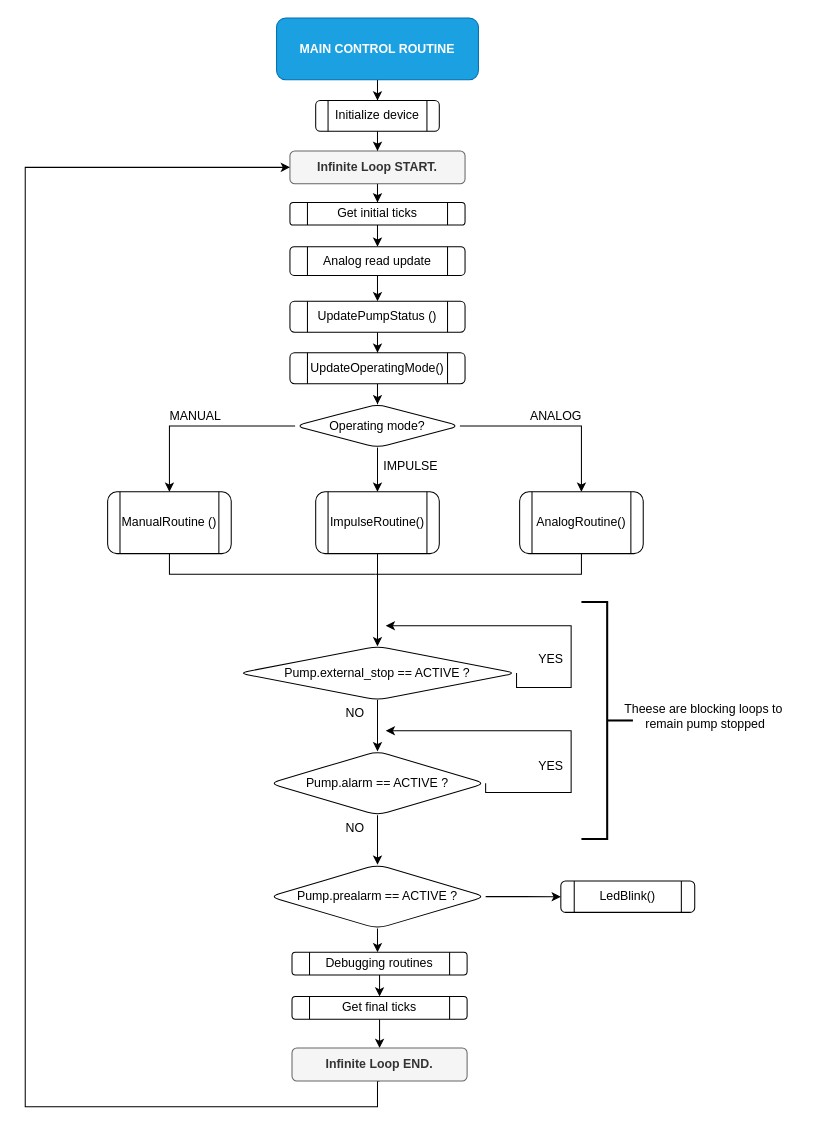
Before: SolenoidPump.drawio in xZurdo/Flowcharts, a draw.io diagram. Source tidied: cells renumbered, new cells numbered last; positions are measured from the earlier drawing's top-left corner, leaving out a move shared by most shapes. Both pictures are drawn from the tidied source at 103%, with x=0, y=0 at pixel (25, 18).
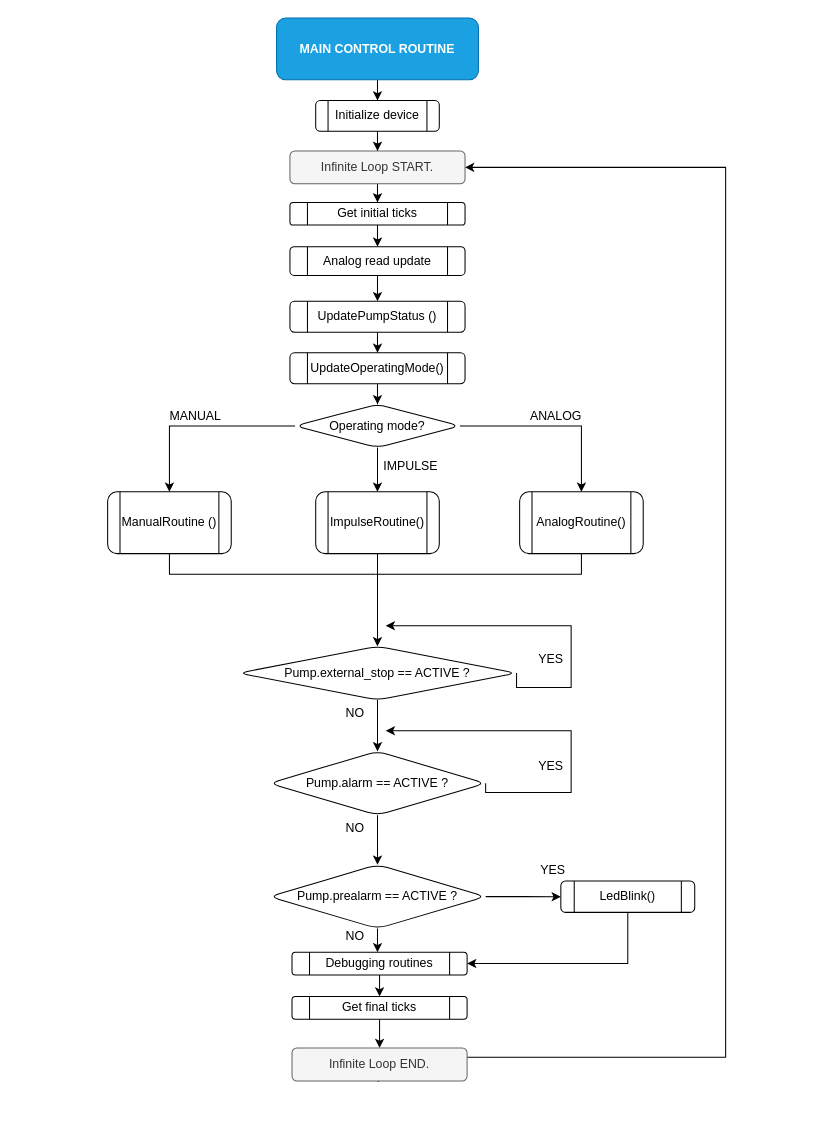
Above is the later version.

Unchanged cells that the change refers to:
```xml
<mxCell id="42" value="LedBlink()" style="shape=process;whiteSpace=wrap;html=1;backgroundOutline=1;rounded=1;" parent="1" vertex="1">
  <mxGeometry x="520" y="837.8" width="130" height="30.5" as="geometry" />
</mxCell>
<mxCell id="48" value="Debugging routines" style="shape=process;whiteSpace=wrap;html=1;backgroundOutline=1;rounded=1;" parent="1" vertex="1">
  <mxGeometry x="259" y="907" width="170" height="22" as="geometry" />
</mxCell>
```

The edit, as a diff of the source:
```diff
@@
-    <mxCell id="7" value="&lt;b&gt;Infinite Loop&amp;nbsp;&lt;span style=&quot;background-color: initial;&quot;&gt;START.&lt;/span&gt;&lt;/b&gt;" style="rounded=1;whiteSpace=wrap;html=1;fillColor=#f5f5f5;fontColor=#333333;strokeColor=#666666;" parent="1" vertex="1">
+    <mxCell id="7" value="Infinite Loop&amp;nbsp;&lt;span style=&quot;background-color: initial;&quot;&gt;START.&lt;/span&gt;" style="rounded=1;whiteSpace=wrap;html=1;fillColor=#f5f5f5;fontColor=#333333;strokeColor=#666666;" parent="1" vertex="1">
       <mxGeometry x="257" y="129" width="170" height="32" as="geometry" />
     </mxCell>
@@
+    <mxCell id="51" style="edgeStyle=orthogonalEdgeStyle;rounded=0;jettySize=auto;html=1;exitX=0.5;exitY=1;exitDx=0;exitDy=0;entryX=1;entryY=0.5;entryDx=0;entryDy=0;" parent="1" edge="1" source="42" target="48">
+      <mxGeometry relative="1" as="geometry" />
+    </mxCell>
@@
-    <mxCell id="45" style="edgeStyle=orthogonalEdgeStyle;rounded=0;jettySize=auto;html=1;exitX=0.5;exitY=1;exitDx=0;exitDy=0;entryX=0;entryY=0.5;entryDx=0;entryDy=0;" parent="1" edge="1" source="46" target="7">
+    <mxCell id="45" style="edgeStyle=orthogonalEdgeStyle;rounded=0;jettySize=auto;html=1;exitX=0.5;exitY=1;exitDx=0;exitDy=0;entryX=1;entryY=0.5;entryDx=0;entryDy=0;" parent="1" edge="1" source="46" target="7">
       <mxGeometry relative="1" as="geometry">
         <Array as="points">
-          <mxPoint x="342" y="1032" />
-          <mxPoint x="342" y="1057" />
-          <mxPoint y="1057" />
-          <mxPoint y="145" />
+          <mxPoint x="342" y="1009" />
+          <mxPoint x="680" y="1009" />
+          <mxPoint x="680" y="145" />
         </Array>
       </mxGeometry>
     </mxCell>
-    <mxCell id="46" value="&lt;b&gt;Infinite Loop END&lt;span style=&quot;background-color: initial;&quot;&gt;.&lt;/span&gt;&lt;/b&gt;" style="rounded=1;whiteSpace=wrap;html=1;fillColor=#f5f5f5;fontColor=#333333;strokeColor=#666666;" parent="1" vertex="1">
+    <mxCell id="46" value="Infinite Loop END&lt;span style=&quot;background-color: initial;&quot;&gt;.&lt;/span&gt;" style="rounded=1;whiteSpace=wrap;html=1;fillColor=#f5f5f5;fontColor=#333333;strokeColor=#666666;" parent="1" vertex="1">
       <mxGeometry x="259" y="1000" width="170" height="32" as="geometry" />
     </mxCell>
@@
-    <mxCell id="49" style="strokeWidth=2;html=1;shape=mxgraph.flowchart.annotation_2;align=left;labelPosition=right;direction=west;" parent="1" vertex="1">
-      <mxGeometry x="540" y="567" width="50" height="230" as="geometry" />
-    </mxCell>
-    <mxCell id="50" value="Theese are blocking loops to&amp;nbsp;&lt;div&gt;remain&amp;nbsp;&lt;span style=&quot;background-color: initial;&quot;&gt;pump stopped&lt;/span&gt;&lt;/div&gt;" style="text;html=1;align=center;verticalAlign=middle;strokeColor=none;fillColor=none;" parent="1" vertex="1">
-      <mxGeometry x="570" y="658" width="180" height="40" as="geometry" />
-    </mxCell>
+    <mxCell id="52" value="NO" style="text;html=1;align=center;verticalAlign=middle;strokeColor=none;fillColor=none;" parent="1" vertex="1">
+      <mxGeometry x="300" y="877" width="40" height="30" as="geometry" />
+    </mxCell>
+    <mxCell id="53" value="YES" style="text;html=1;align=center;verticalAlign=middle;strokeColor=none;fillColor=none;" parent="1" vertex="1">
+      <mxGeometry x="487" y="812.8" width="50" height="30" as="geometry" />
+    </mxCell>
```
